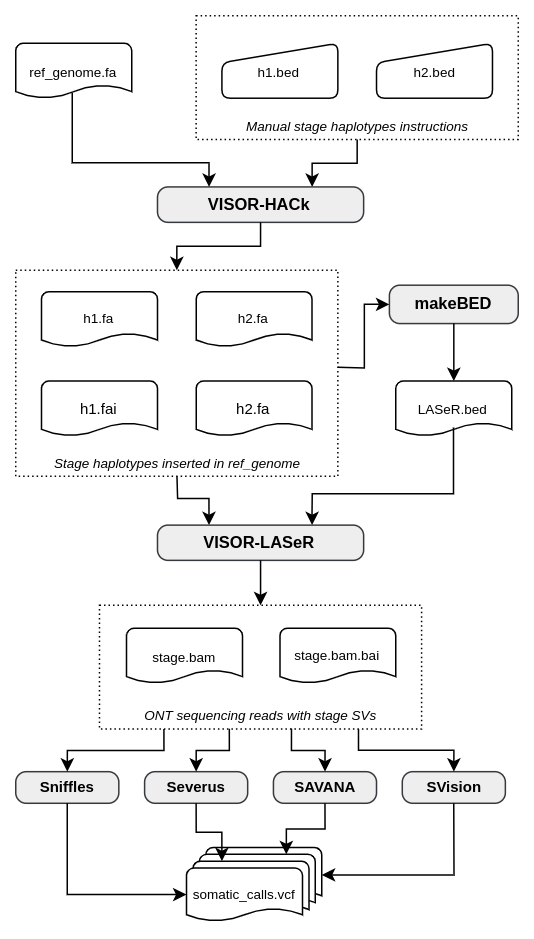
Above: resources/fig/overview.png in villena-francis/visor-simulations (draw.io), before the change. Source tidied: cells renumbered, new cells last; positions are measured from the earlier drawing's top-left corner, leaving out a move shared by most shapes.
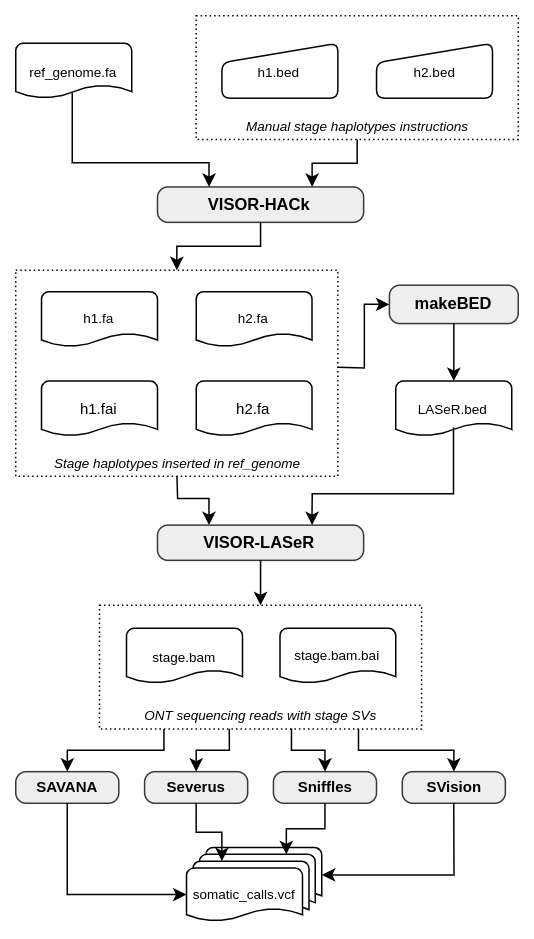
The same diagram one commit later.

What changed in the source:
```diff
@@ -46,13 +46,13 @@
     <mxCell id="14" value="&lt;b style=&quot;&quot;&gt;&lt;font style=&quot;font-size: 11px;&quot;&gt;VISOR-LASeR&lt;/font&gt;&lt;/b&gt;" style="rounded=1;whiteSpace=wrap;html=1;absoluteArcSize=1;arcSize=14;strokeWidth=1;fillColor=#eeeeee;strokeColor=#36393d;fontSize=10;" parent="11" vertex="1">
       <mxGeometry x="94.5" y="170" width="137.4" height="23.5" as="geometry" />
     </mxCell>
-    <mxCell id="15" value="&lt;b style=&quot;font-size: 10px;&quot;&gt;&lt;font style=&quot;font-size: 10px;&quot;&gt;Sniffles&lt;/font&gt;&lt;/b&gt;" style="rounded=1;whiteSpace=wrap;html=1;absoluteArcSize=1;arcSize=14;strokeWidth=1;fillColor=#eeeeee;strokeColor=#36393d;fontSize=10;" parent="11" vertex="1">
+    <mxCell id="15" value="&lt;b&gt;SAVANA&lt;/b&gt;" style="rounded=1;whiteSpace=wrap;html=1;absoluteArcSize=1;arcSize=14;strokeWidth=1;fillColor=#eeeeee;strokeColor=#36393d;fontSize=10;" parent="11" vertex="1">
       <mxGeometry y="334.3" width="68.7" height="21.1" as="geometry" />
     </mxCell>
     <mxCell id="16" value="&lt;b style=&quot;font-size: 10px;&quot;&gt;&lt;font style=&quot;font-size: 10px;&quot;&gt;Severus&lt;/font&gt;&lt;/b&gt;" style="rounded=1;whiteSpace=wrap;html=1;absoluteArcSize=1;arcSize=14;strokeWidth=1;fillColor=#eeeeee;strokeColor=#36393d;fontSize=10;" parent="11" vertex="1">
       <mxGeometry x="85.9" y="334.3" width="68.7" height="21.1" as="geometry" />
     </mxCell>
-    <mxCell id="17" value="&lt;b style=&quot;font-size: 10px;&quot;&gt;&lt;font style=&quot;font-size: 10px;&quot;&gt;SAVANA&lt;/font&gt;&lt;/b&gt;" style="rounded=1;whiteSpace=wrap;html=1;absoluteArcSize=1;arcSize=14;strokeWidth=1;fillColor=#eeeeee;strokeColor=#36393d;fontSize=10;" parent="11" vertex="1">
+    <mxCell id="17" value="&lt;b style=&quot;font-size: 10px;&quot;&gt;&lt;font style=&quot;font-size: 10px;&quot;&gt;Sniffles&lt;/font&gt;&lt;/b&gt;" style="rounded=1;whiteSpace=wrap;html=1;absoluteArcSize=1;arcSize=14;strokeWidth=1;fillColor=#eeeeee;strokeColor=#36393d;fontSize=10;" parent="11" vertex="1">
       <mxGeometry x="171.8" y="334.3" width="68.7" height="21.1" as="geometry" />
     </mxCell>
     <mxCell id="18" value="&lt;b style=&quot;font-size: 10px;&quot;&gt;&lt;font style=&quot;font-size: 10px;&quot;&gt;SVision&lt;/font&gt;&lt;/b&gt;" style="rounded=1;whiteSpace=wrap;html=1;absoluteArcSize=1;arcSize=14;strokeWidth=1;fillColor=#eeeeee;strokeColor=#36393d;fontSize=10;" parent="11" vertex="1">
```
